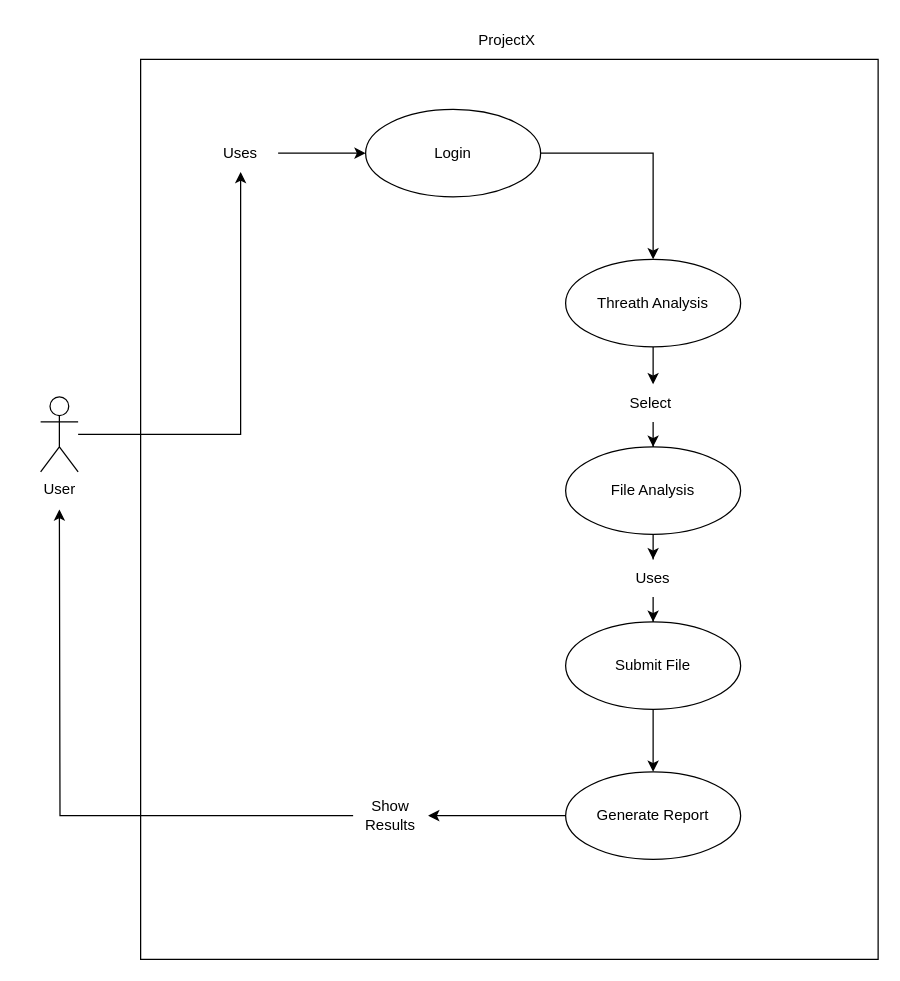
This is Casos_Uso_3.drawio from Rikardooliv/ProjectX, a draw.io file, before an edit. Source tidied: cells renumbered, new cells numbered last; positions are measured from the earlier drawing's top-left corner, leaving out a move shared by most shapes. Both pictures are drawn from the tidied source at 125%, with x=0, y=0 at pixel (40, 21).
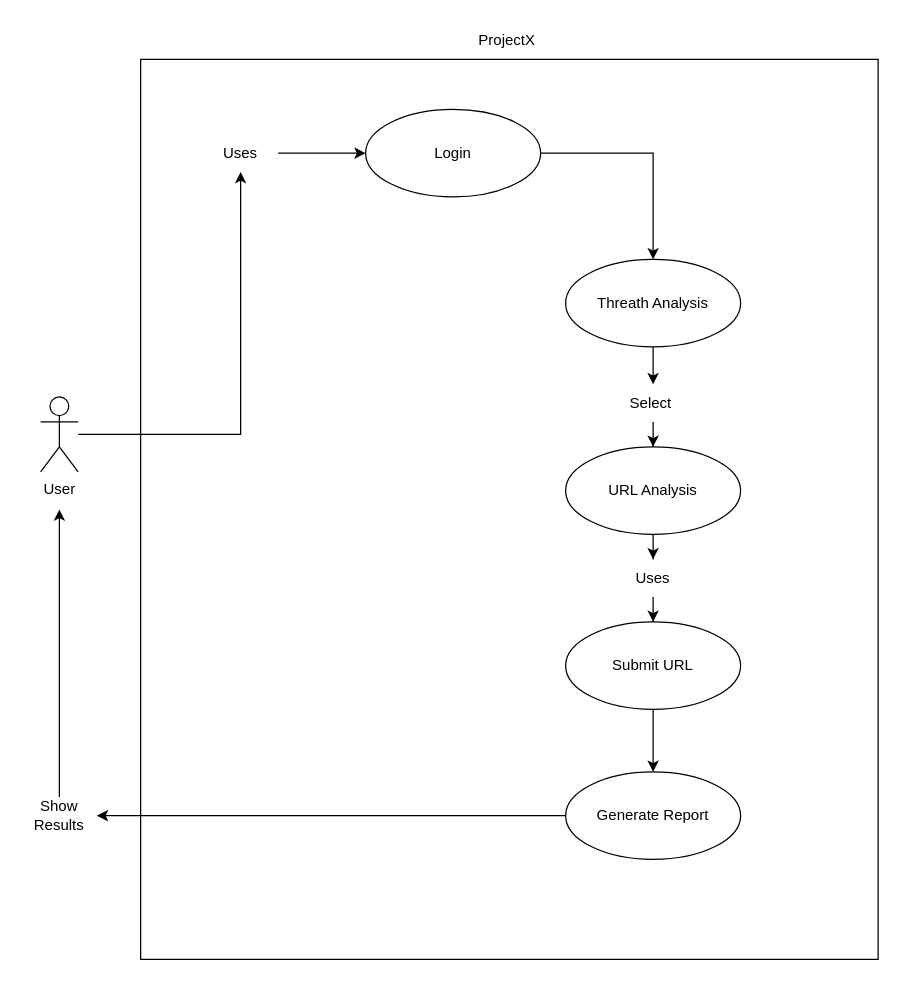
The same diagram, later.

The change refers to these unchanged cells:
```xml
<mxCell id="14" value="Generate Report" style="ellipse;whiteSpace=wrap;html=1;" parent="1" vertex="1">
  <mxGeometry x="420" y="600" width="140" height="70" as="geometry" />
</mxCell>
```

What changed in the source:
```diff
@@
-    <mxCell id="10" value="File Analysis" style="ellipse;whiteSpace=wrap;html=1;" parent="1" vertex="1">
+    <mxCell id="10" value="URL Analysis" style="ellipse;whiteSpace=wrap;html=1;" parent="1" vertex="1">
       <mxGeometry x="420" y="340" width="140" height="70" as="geometry" />
     </mxCell>
@@
-    <mxCell id="12" value="Submit File" style="ellipse;whiteSpace=wrap;html=1;" parent="1" vertex="1">
+    <mxCell id="12" value="Submit URL" style="ellipse;whiteSpace=wrap;html=1;" parent="1" vertex="1">
       <mxGeometry x="420" y="480" width="140" height="70" as="geometry" />
     </mxCell>
@@
+    <mxCell id="16" style="edgeStyle=orthogonalEdgeStyle;rounded=0;jettySize=auto;html=1;entryX=1;entryY=0.5;entryDx=0;entryDy=0;" parent="1" edge="1" source="14" target="17">
+      <mxGeometry relative="1" as="geometry" />
+    </mxCell>
@@
-    <mxCell id="16" style="edgeStyle=orthogonalEdgeStyle;rounded=0;jettySize=auto;html=1;" parent="1" edge="1" source="14" target="17">
-      <mxGeometry relative="1" as="geometry">
-        <Array as="points">
-          <mxPoint x="310" y="625" />
-          <mxPoint x="310" y="630" />
-        </Array>
-      </mxGeometry>
-    </mxCell>
     <mxCell id="17" value="Show Results" style="text;html=1;align=center;verticalAlign=middle;whiteSpace=wrap;rounded=0;" parent="1" vertex="1">
-      <mxGeometry x="250" y="620" width="60" height="30" as="geometry" />
+      <mxGeometry x="-15" y="620" width="60" height="30" as="geometry" />
     </mxCell>
```
